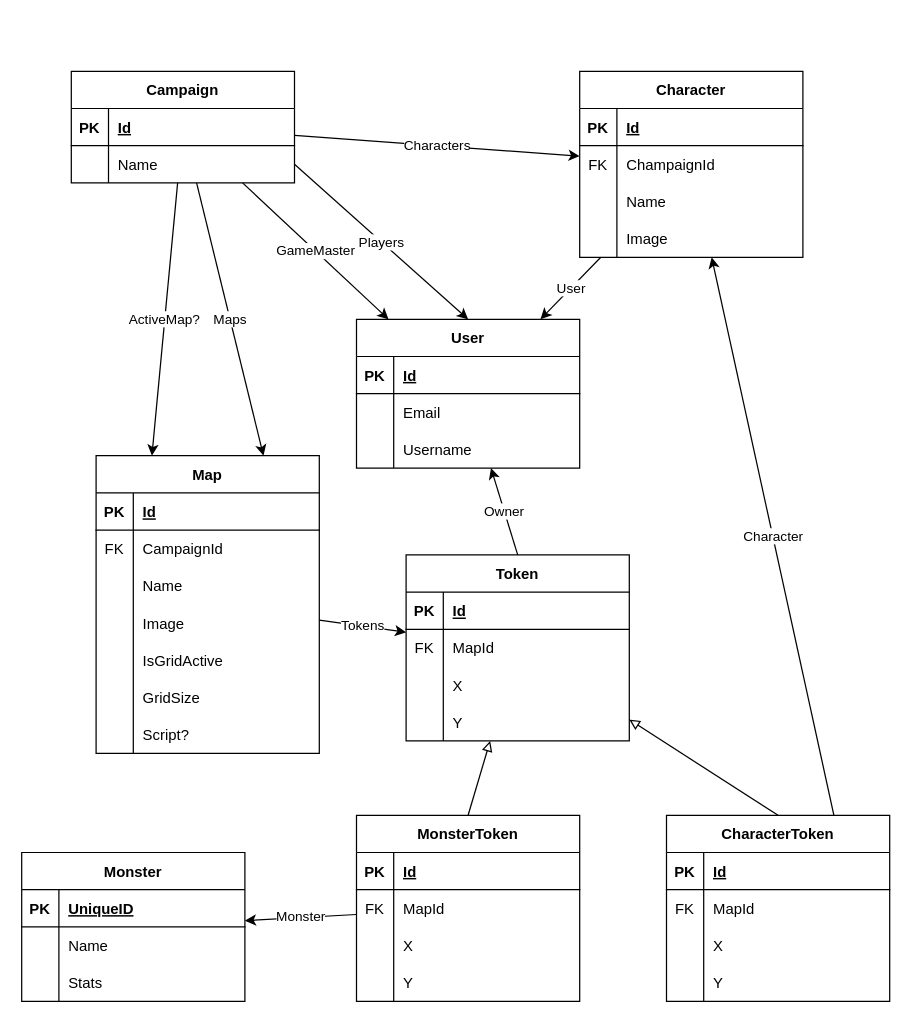
AlexMeissner/PenAndPaper keeps this draw.io diagram as Documentation/database.drawio. Above is the earlier version. Source tidied: cells renumbered, new cells numbered last; positions are measured from the earlier drawing's top-left corner, leaving out a move shared by most shapes. Both pictures are drawn from the tidied source at 124%, with x=0, y=0 at pixel (21, 71).
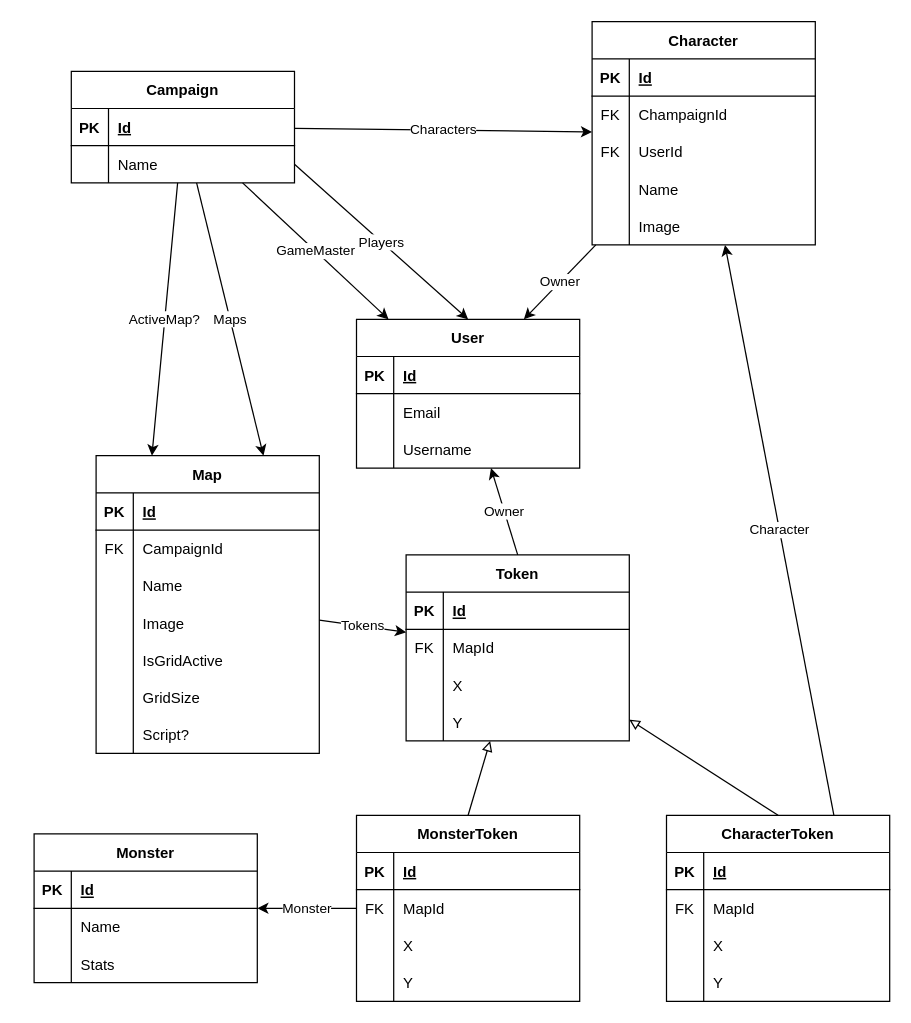
The same page after the edit.

Commit message (it also covers changes not shown here):
update database models

The change refers to these unchanged cells:
```xml
<mxCell id="52" style="shape=tableRow;horizontal=0;startSize=0;swimlaneHead=0;swimlaneBody=0;fillColor=none;top=0;left=0;right=0;bottom=1;" parent="51" vertex="1">
  <mxGeometry y="30" width="180" height="30" as="geometry" />
</mxCell>
<mxCell id="75" value="User" style="shape=table;startSize=30;childLayout=tableLayout;rowLines=0;fontStyle=1;align=center;" parent="1" vertex="1">
  <mxGeometry x="270" y="200" width="180" height="120" as="geometry" />
</mxCell>
```

Diff of the diagram source:
```diff
@@
-    <mxCell id="14" value="User" style="edgeStyle=none;html=1;" parent="1" edge="1" source="15" target="75">
+    <mxCell id="14" value="Owner" style="edgeStyle=none;html=1;entryX=0.75;entryY=0;entryDx=0;entryDy=0;" parent="1" edge="1" source="15" target="75">
       <mxGeometry relative="1" as="geometry" />
     </mxCell>
     <mxCell id="15" value="Character" style="shape=table;startSize=30;childLayout=tableLayout;rowLines=0;fontStyle=1;align=center;" parent="1" vertex="1">
-      <mxGeometry x="450" width="180" height="150" as="geometry" />
+      <mxGeometry x="460" y="-40" width="180" height="180" as="geometry" />
     </mxCell>
@@
+    <mxCell id="115" style="shape=tableRow;horizontal=0;startSize=0;swimlaneHead=0;swimlaneBody=0;fillColor=none;top=0;left=0;right=0;bottom=0;" parent="15" vertex="1">
+      <mxGeometry y="90" width="180" height="30" as="geometry" />
+    </mxCell>
+    <mxCell id="116" value="FK" style="shape=partialRectangle;fillColor=none;top=0;left=0;bottom=0;right=0;overflow=hidden;" parent="115" vertex="1">
+      <mxGeometry width="30" height="30" as="geometry" />
+    </mxCell>
+    <mxCell id="117" value="UserId" style="shape=partialRectangle;fillColor=none;top=0;left=0;bottom=0;right=0;align=left;spacingLeft=6;overflow=hidden;" parent="115" vertex="1">
+      <mxGeometry x="30" width="150" height="30" as="geometry" />
+    </mxCell>
     <mxCell id="22" style="shape=tableRow;horizontal=0;startSize=0;swimlaneHead=0;swimlaneBody=0;fillColor=none;top=0;left=0;right=0;bottom=0;" parent="15" vertex="1">
-      <mxGeometry y="90" width="180" height="30" as="geometry" />
+      <mxGeometry y="120" width="180" height="30" as="geometry" />
     </mxCell>
@@
     <mxCell id="25" style="shape=tableRow;horizontal=0;startSize=0;swimlaneHead=0;swimlaneBody=0;fillColor=none;top=0;left=0;right=0;bottom=0;" parent="15" vertex="1">
-      <mxGeometry y="120" width="180" height="30" as="geometry" />
+      <mxGeometry y="150" width="180" height="30" as="geometry" />
     </mxCell>
@@
     <mxCell id="51" value="Monster" style="shape=table;startSize=30;childLayout=tableLayout;rowLines=0;fontStyle=1;align=center;" parent="1" vertex="1">
-      <mxGeometry y="630" width="180" height="120" as="geometry" />
+      <mxGeometry x="10" y="615" width="180" height="120" as="geometry" />
     </mxCell>
@@
-    <mxCell id="54" value="UniqueID" style="shape=partialRectangle;fillColor=none;top=0;left=0;bottom=0;right=0;align=left;spacingLeft=6;fontStyle=5;overflow=hidden;" parent="52" vertex="1">
+    <mxCell id="54" value="Id" style="shape=partialRectangle;fillColor=none;top=0;left=0;bottom=0;right=0;align=left;spacingLeft=6;fontStyle=5;overflow=hidden;" parent="52" vertex="1">
       <mxGeometry x="30" width="150" height="30" as="geometry" />
     </mxCell>
```
